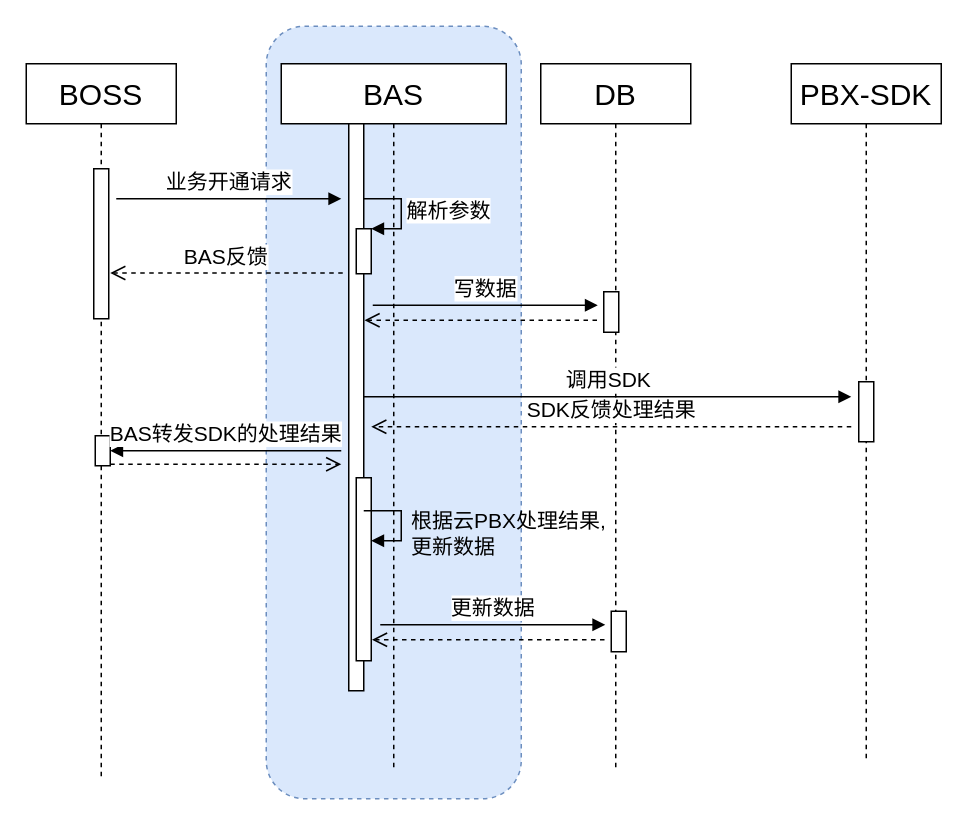
Earlier version of the draw.io diagram page "interaction-simpify" (2 of 2) of BAS/sequence-PBX-interaction.drawio (waterwatermelon/graph). Source tidied: cells renumbered, new cells numbered last; positions are measured from the earlier drawing's top-left corner, leaving out a move shared by most shapes. Both pictures are drawn from the tidied source at 150%, with x=0, y=0 at pixel (26, 26).
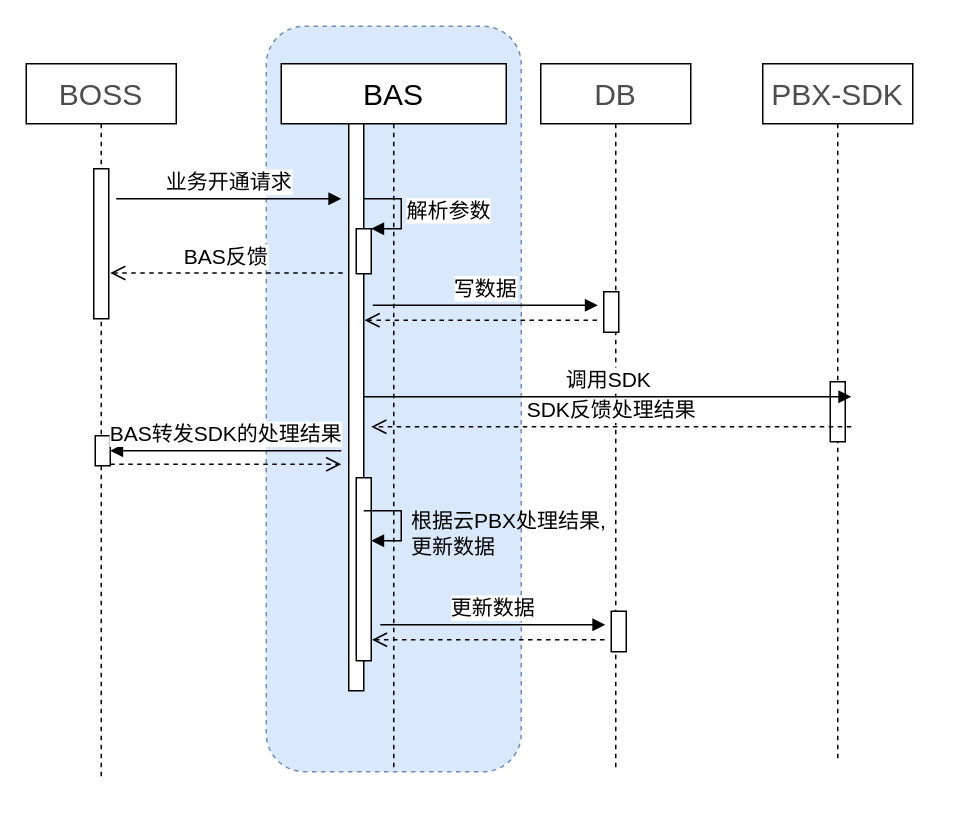
The same diagram, later.

Diff of the diagram source:
```diff
@@
     <mxCell id="2" style="rounded=1;whiteSpace=wrap;html=1;fontSize=20;fillColor=#dae8fc;strokeColor=#6c8ebf;dashed=1;" parent="1" vertex="1">
-      <mxGeometry x="160" width="170" height="515" as="geometry" />
+      <mxGeometry x="160" width="170" height="497" as="geometry" />
     </mxCell>
-    <mxCell id="3" value="BOSS" style="shape=umlLifeline;perimeter=lifelinePerimeter;whiteSpace=wrap;html=1;fontSize=20;" parent="1" vertex="1">
+    <mxCell id="3" value="BOSS" style="shape=umlLifeline;perimeter=lifelinePerimeter;whiteSpace=wrap;html=1;fontSize=20;fontColor=#4D4D4D;" parent="1" vertex="1">
       <mxGeometry y="25" width="100" height="475" as="geometry" />
     </mxCell>
@@
-    <mxCell id="7" value="DB" style="shape=umlLifeline;perimeter=lifelinePerimeter;whiteSpace=wrap;html=1;fontSize=20;" parent="1" vertex="1">
+    <mxCell id="7" value="DB" style="shape=umlLifeline;perimeter=lifelinePerimeter;whiteSpace=wrap;html=1;fontSize=20;fontColor=#4D4D4D;" parent="1" vertex="1">
       <mxGeometry x="343" y="25" width="100" height="470" as="geometry" />
     </mxCell>
-    <mxCell id="8" value="PBX-SDK" style="shape=umlLifeline;perimeter=lifelinePerimeter;whiteSpace=wrap;html=1;fontSize=20;" parent="1" vertex="1">
-      <mxGeometry x="510" y="25" width="100" height="465" as="geometry" />
+    <mxCell id="8" value="PBX-SDK" style="shape=umlLifeline;perimeter=lifelinePerimeter;whiteSpace=wrap;html=1;fontSize=20;fontColor=#4D4D4D;" parent="1" vertex="1">
+      <mxGeometry x="491" y="25" width="100" height="465" as="geometry" />
     </mxCell>
```
